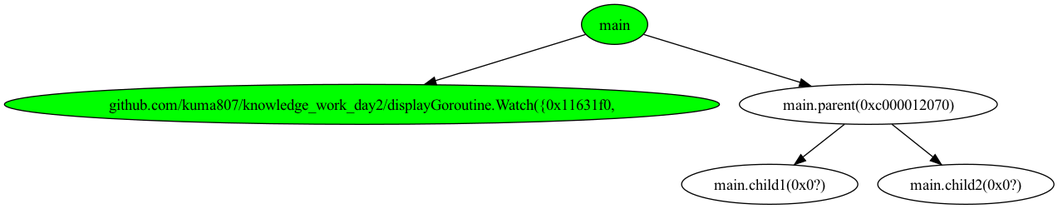
The Graphviz diagram main_testGoroutine/tree_0.png in kuma807/knowledge_work_day2, before a commit. Its source is kept beside it as main_testGoroutine/tree_0.dot. Its diagram source:
```dot
digraph G {
	"main"->"github.com/kuma807/knowledge_work_day2/displayGoroutine.Watch({0x11631f0,";
	"main"->"main.parent(0xc000012070)";
	"main.parent(0xc000012070)"->"main.child1(0x0?)";
	"main.parent(0xc000012070)"->"main.child2(0x0?)";
	"github.com/kuma807/knowledge_work_day2/displayGoroutine.Watch({0x11631f0," [ fillcolor="#00FF00", style="solid,filled" ];
	"main" [ fillcolor="#00FF00", style="solid,filled" ];
	"main.child1(0x0?)";
	"main.child2(0x0?)";
	"main.parent(0xc000012070)";

}
```
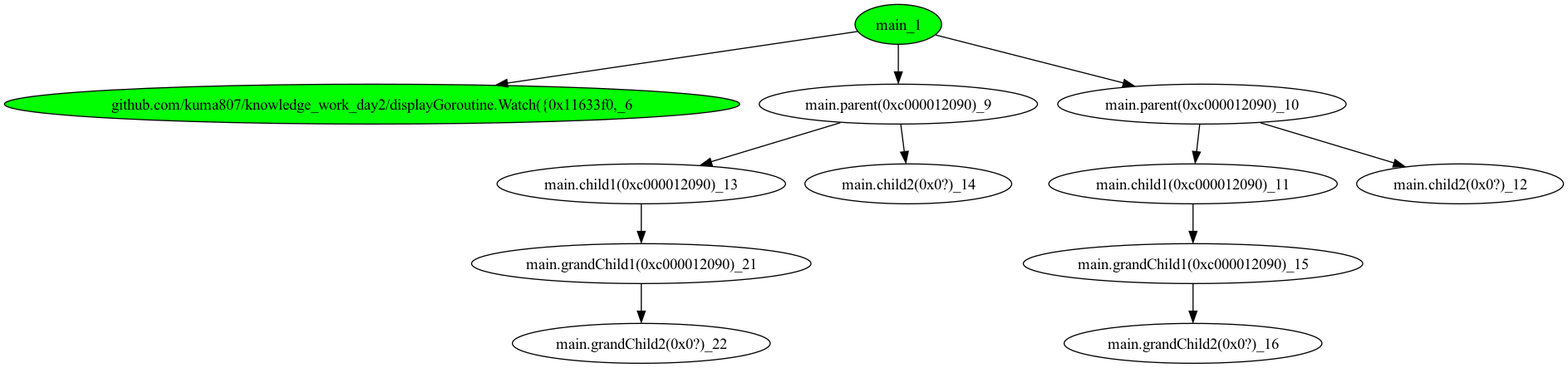
After the commit.

Change to the diagram source:
```diff
@@ -1,12 +1,26 @@
 digraph G {
-	"main"->"github.com/kuma807/knowledge_work_day2/displayGoroutine.Watch({0x11631f0,";
-	"main"->"main.parent(0xc000012070)";
-	"main.parent(0xc000012070)"->"main.child1(0x0?)";
-	"main.parent(0xc000012070)"->"main.child2(0x0?)";
-	"github.com/kuma807/knowledge_work_day2/displayGoroutine.Watch({0x11631f0," [ fillcolor="#00FF00", style="solid,filled" ];
-	"main" [ fillcolor="#00FF00", style="solid,filled" ];
-	"main.child1(0x0?)";
-	"main.child2(0x0?)";
-	"main.parent(0xc000012070)";
+	"main_1"->"github.com/kuma807/knowledge_work_day2/displayGoroutine.Watch({0x11633f0,_6";
+	"main_1"->"main.parent(0xc000012090)_9";
+	"main_1"->"main.parent(0xc000012090)_10";
+	"main.parent(0xc000012090)_10"->"main.child1(0xc000012090)_11";
+	"main.parent(0xc000012090)_10"->"main.child2(0x0?)_12";
+	"main.parent(0xc000012090)_9"->"main.child1(0xc000012090)_13";
+	"main.parent(0xc000012090)_9"->"main.child2(0x0?)_14";
+	"main.child1(0xc000012090)_11"->"main.grandChild1(0xc000012090)_15";
+	"main.grandChild1(0xc000012090)_15"->"main.grandChild2(0x0?)_16";
+	"main.child1(0xc000012090)_13"->"main.grandChild1(0xc000012090)_21";
+	"main.grandChild1(0xc000012090)_21"->"main.grandChild2(0x0?)_22";
+	"github.com/kuma807/knowledge_work_day2/displayGoroutine.Watch({0x11633f0,_6" [ fillcolor="#00FF00", style="solid,filled" ];
+	"main.child1(0xc000012090)_11";
+	"main.child1(0xc000012090)_13";
+	"main.child2(0x0?)_12";
+	"main.child2(0x0?)_14";
+	"main.grandChild1(0xc000012090)_15";
+	"main.grandChild1(0xc000012090)_21";
+	"main.grandChild2(0x0?)_16";
+	"main.grandChild2(0x0?)_22";
+	"main.parent(0xc000012090)_10";
+	"main.parent(0xc000012090)_9";
+	"main_1" [ fillcolor="#00FF00", style="solid,filled" ];
 
 }
```
